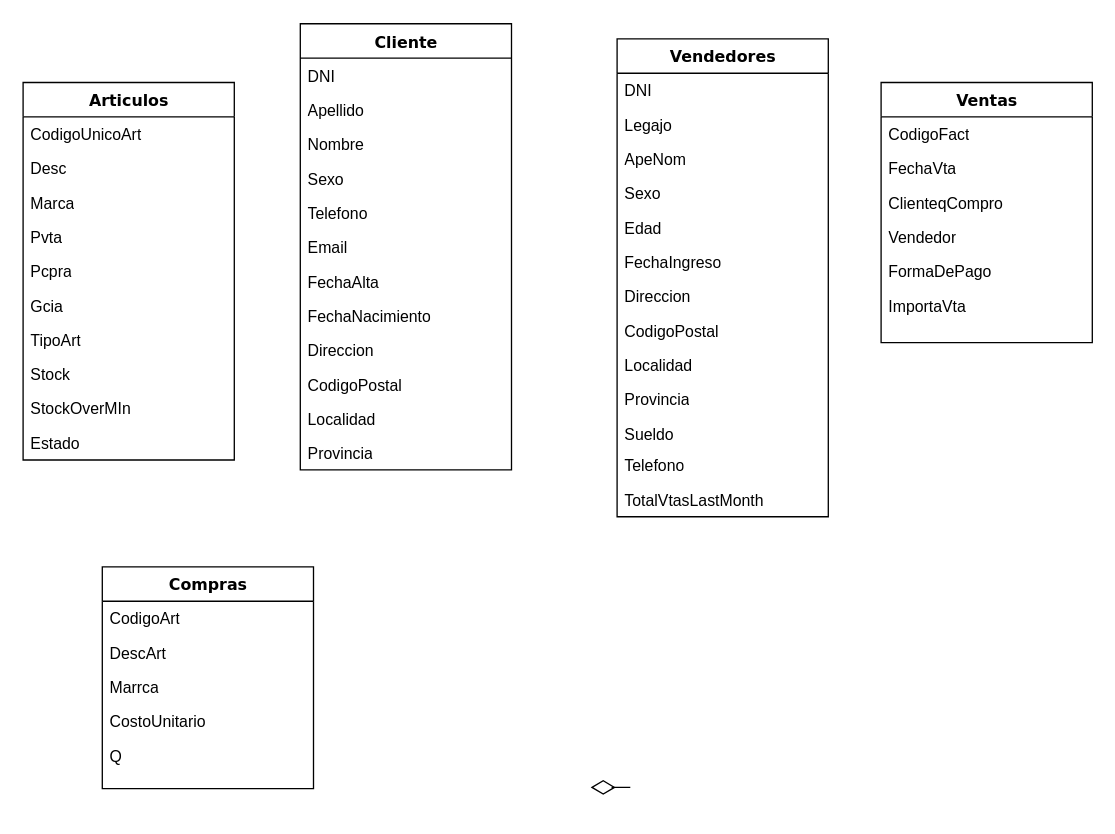
MATUKE23/LABIII keeps this draw.io diagram as Untitled Diagram.drawio. Above is the earlier version. Source tidied: cells renumbered, new cells numbered last; positions are measured from the earlier drawing's top-left corner, leaving out a move shared by most shapes. Both pictures are drawn from the tidied source at 132%, with x=0, y=0 at pixel (22, 24).
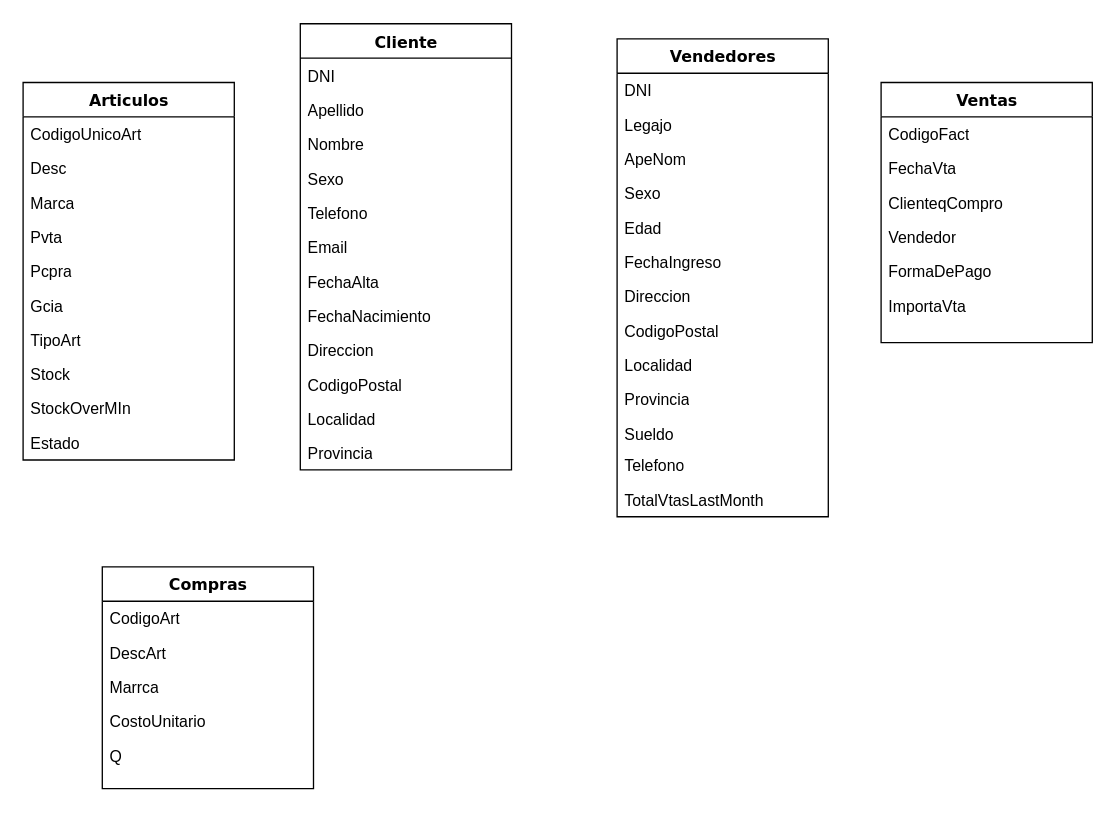
The same page after the edit.

Diff of the diagram source:
```diff
@@
-    <mxCell id="47" style="edgeStyle=elbowEdgeStyle;html=1;labelBackgroundColor=none;startFill=0;startSize=8;endArrow=diamondThin;endFill=0;endSize=16;fontFamily=Verdana;fontSize=12;elbow=vertical;" parent="1" edge="1">
-      <mxGeometry relative="1" as="geometry">
-        <mxPoint x="460" y="578" as="sourcePoint" />
-        <mxPoint x="430" y="578" as="targetPoint" />
-      </mxGeometry>
-    </mxCell>
```
